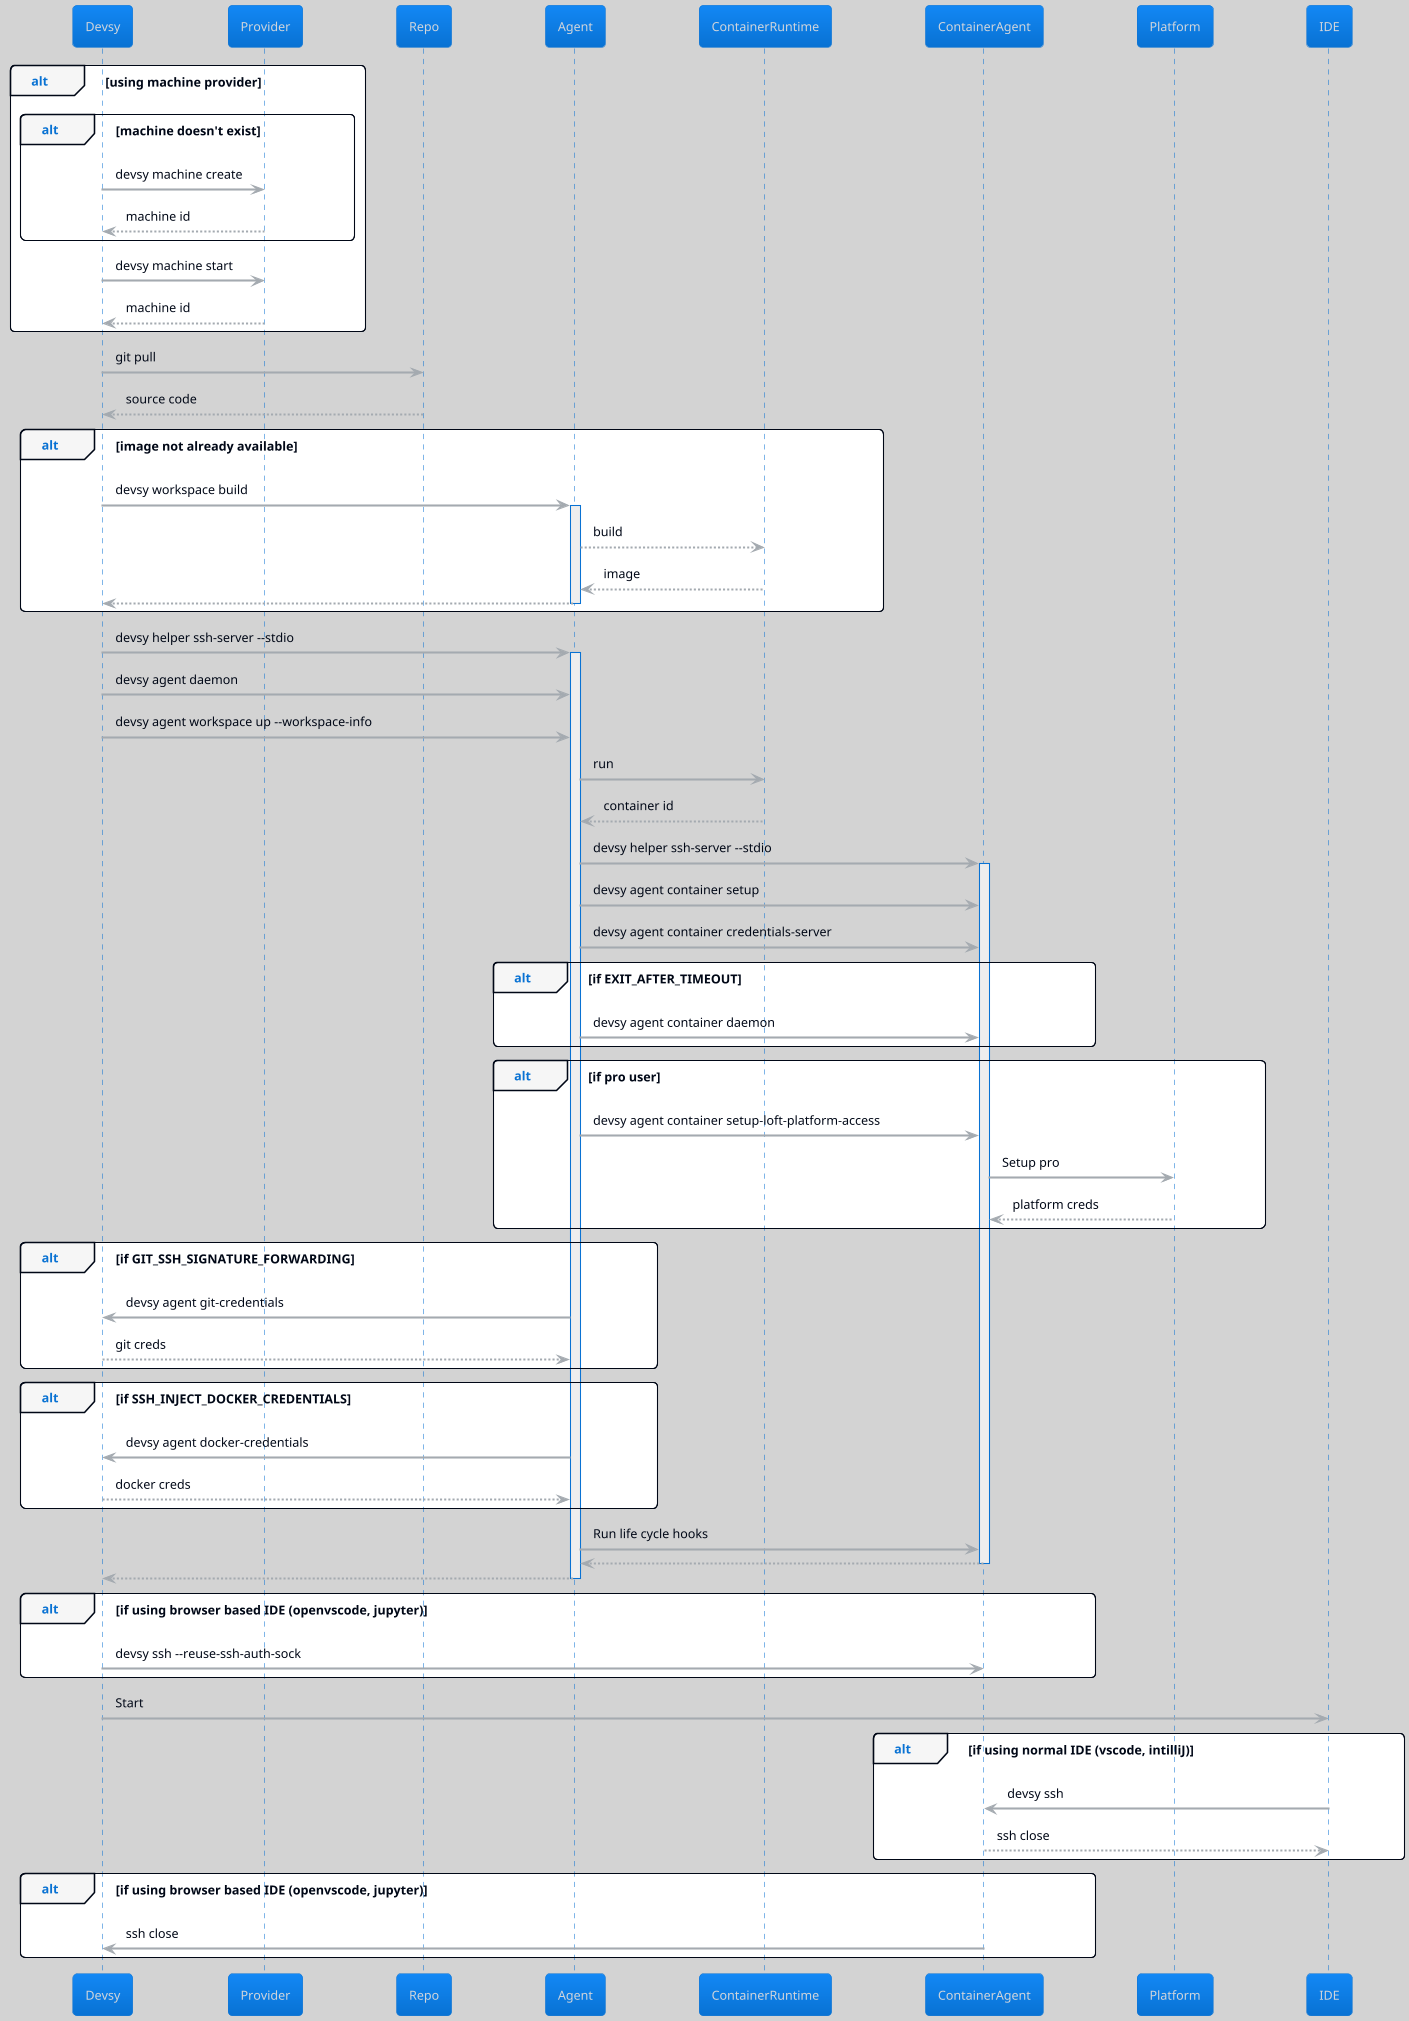
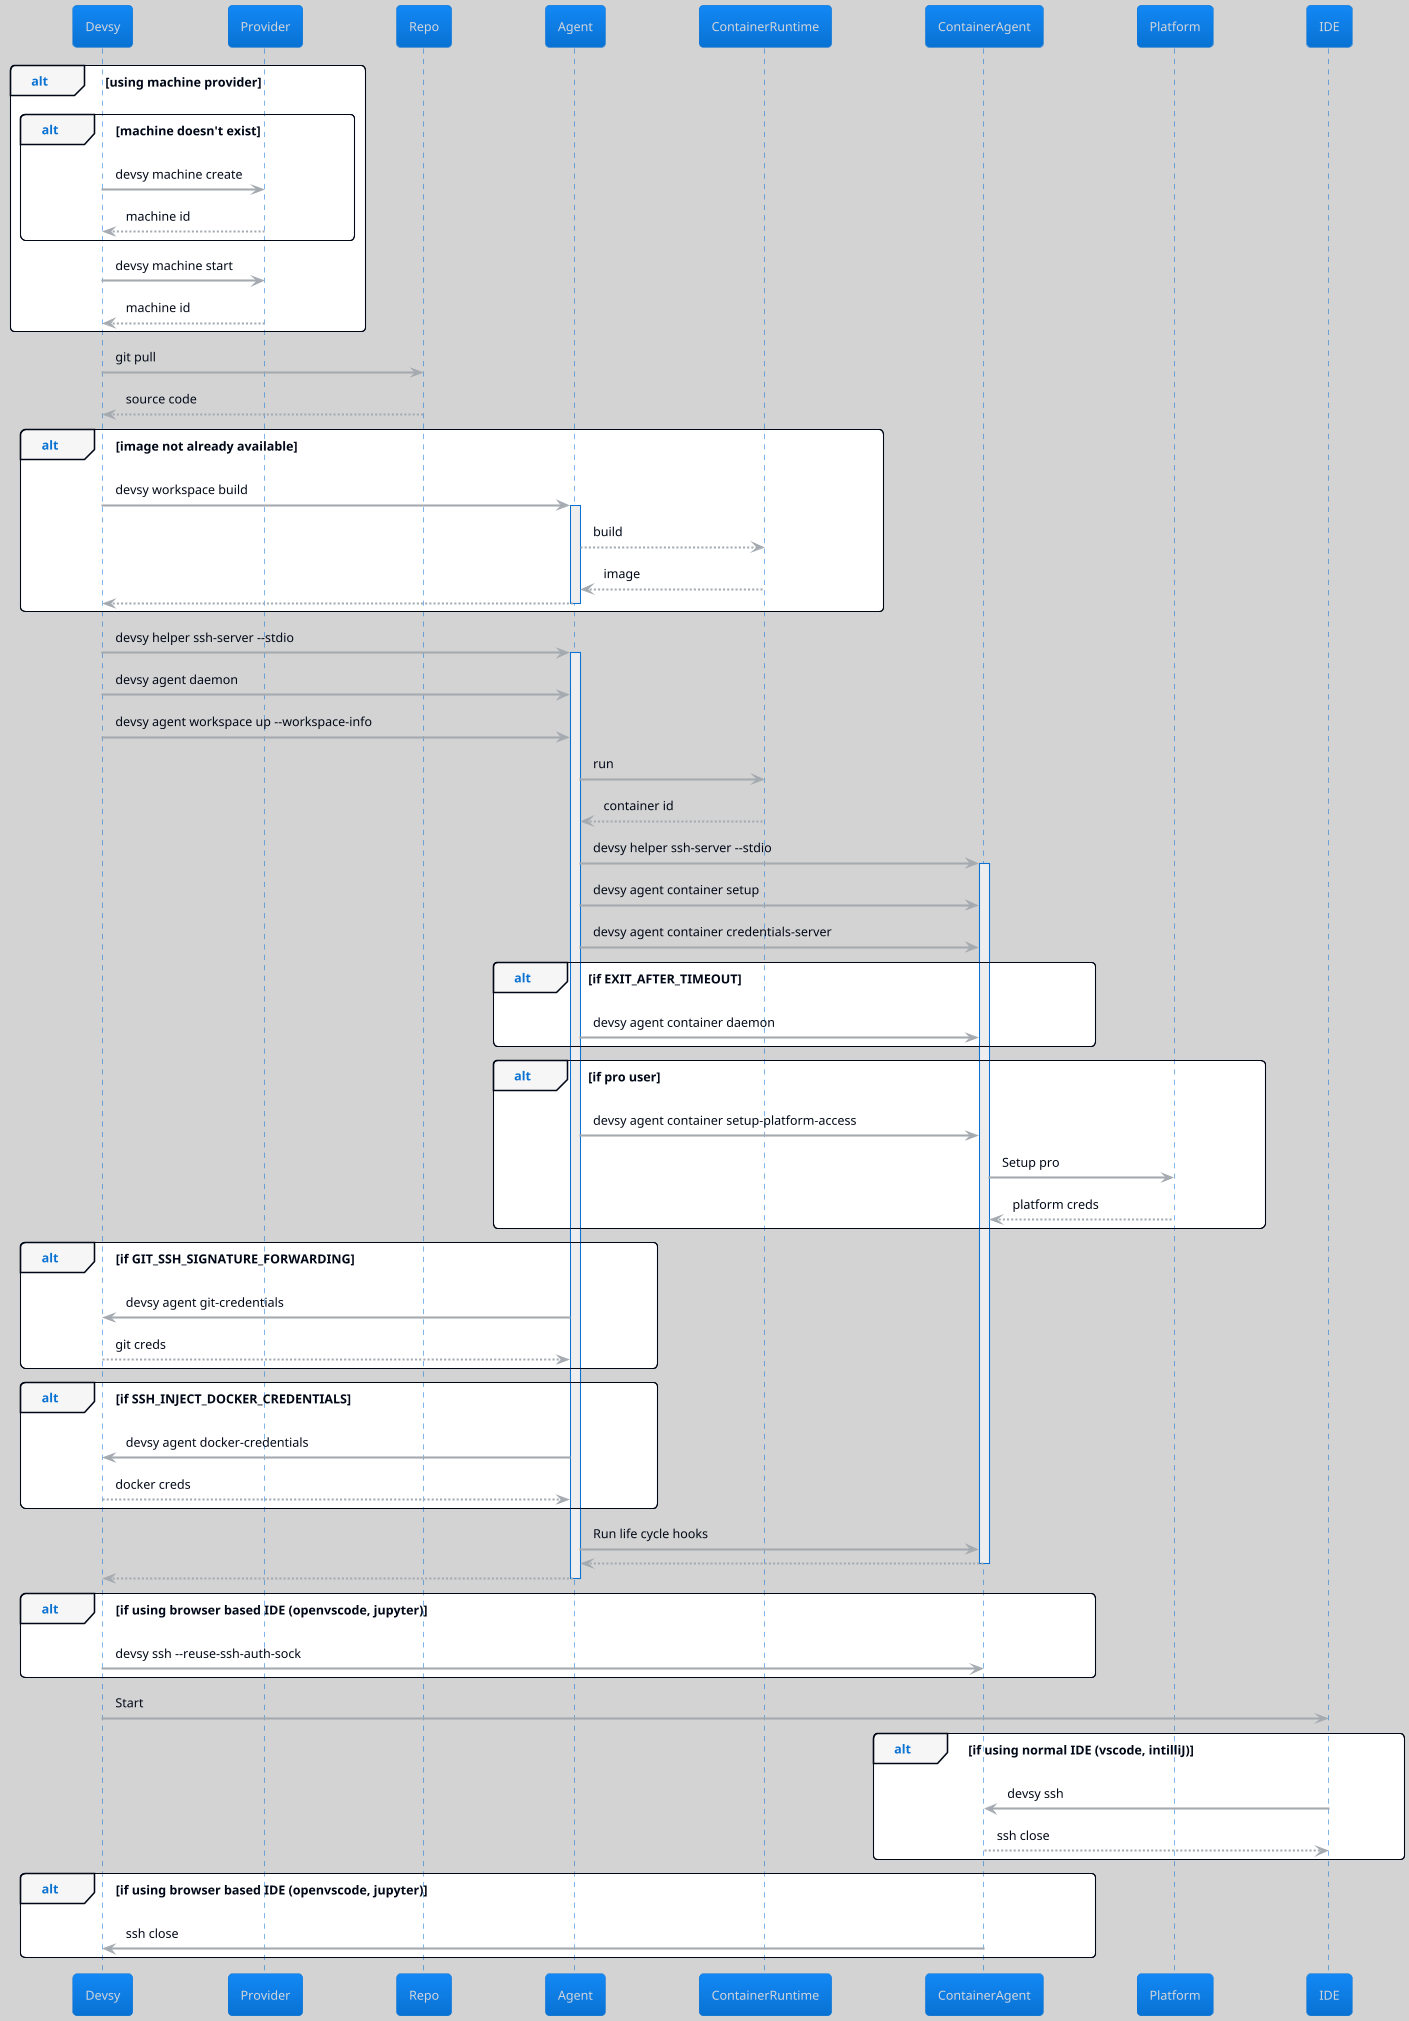
@startuml

!theme cloudscape-design
skinparam BackgroundColor lightgray

alt using machine provider
alt machine doesn't exist
Devsy -> Provider: devsy machine create
Provider --> Devsy: machine id
end
Devsy -> Provider: devsy machine start
Provider --> Devsy: machine id
end

Devsy -> Repo: git pull
Repo --> Devsy: source code

alt image not already available
Devsy -> Agent: devsy workspace build
activate Agent
Agent --> ContainerRuntime: build
ContainerRuntime --> Agent: image
Agent --> Devsy:
deactivate Agent
end

Devsy -> Agent: devsy helper ssh-server --stdio
activate Agent
Devsy -> Agent: devsy agent daemon
Devsy -> Agent: devsy agent workspace up --workspace-info

Agent -> ContainerRuntime: run
ContainerRuntime --> Agent: container id

Agent -> ContainerAgent: devsy helper ssh-server --stdio
activate ContainerAgent

Agent -> ContainerAgent: devsy agent container setup
Agent -> ContainerAgent: devsy agent container credentials-server
alt if EXIT_AFTER_TIMEOUT
Agent -> ContainerAgent: devsy agent container daemon
end

alt if pro user
- Agent -> ContainerAgent: devsy agent container setup-loft-platform-access
+ Agent -> ContainerAgent: devsy agent container setup-platform-access
ContainerAgent -> Platform: Setup pro
Platform --> ContainerAgent: platform creds
end

alt if GIT_SSH_SIGNATURE_FORWARDING
Agent -> Devsy: devsy agent git-credentials
Devsy --> Agent: git creds
end
alt if SSH_INJECT_DOCKER_CREDENTIALS
Agent -> Devsy: devsy agent docker-credentials
Devsy --> Agent: docker creds
end

Agent -> ContainerAgent: Run life cycle hooks

ContainerAgent --> Agent:
deactivate ContainerAgent
Agent --> Devsy:
deactivate Agent

alt if using browser based IDE (openvscode, jupyter)
Devsy -> ContainerAgent: devsy ssh --reuse-ssh-auth-sock
end

Devsy -> IDE: Start

alt if using normal IDE (vscode, intilliJ)
IDE -> ContainerAgent: devsy ssh
ContainerAgent --> IDE: ssh close
end

alt if using browser based IDE (openvscode, jupyter)
ContainerAgent -> Devsy: ssh close
end


@enduml
